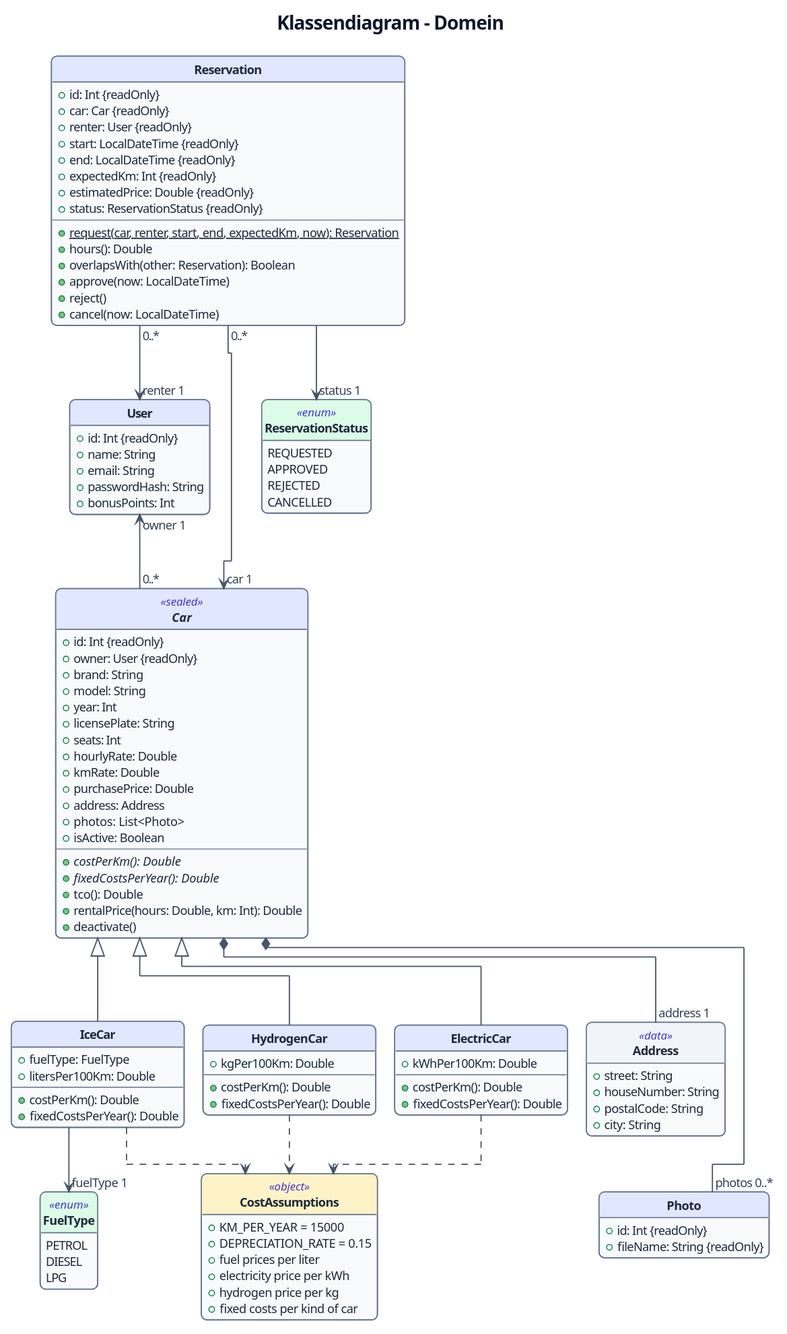
Earlier version of the PlantUML export docs/images/domain-class-diagram.svg (ThimoHarte/RentMyCar).
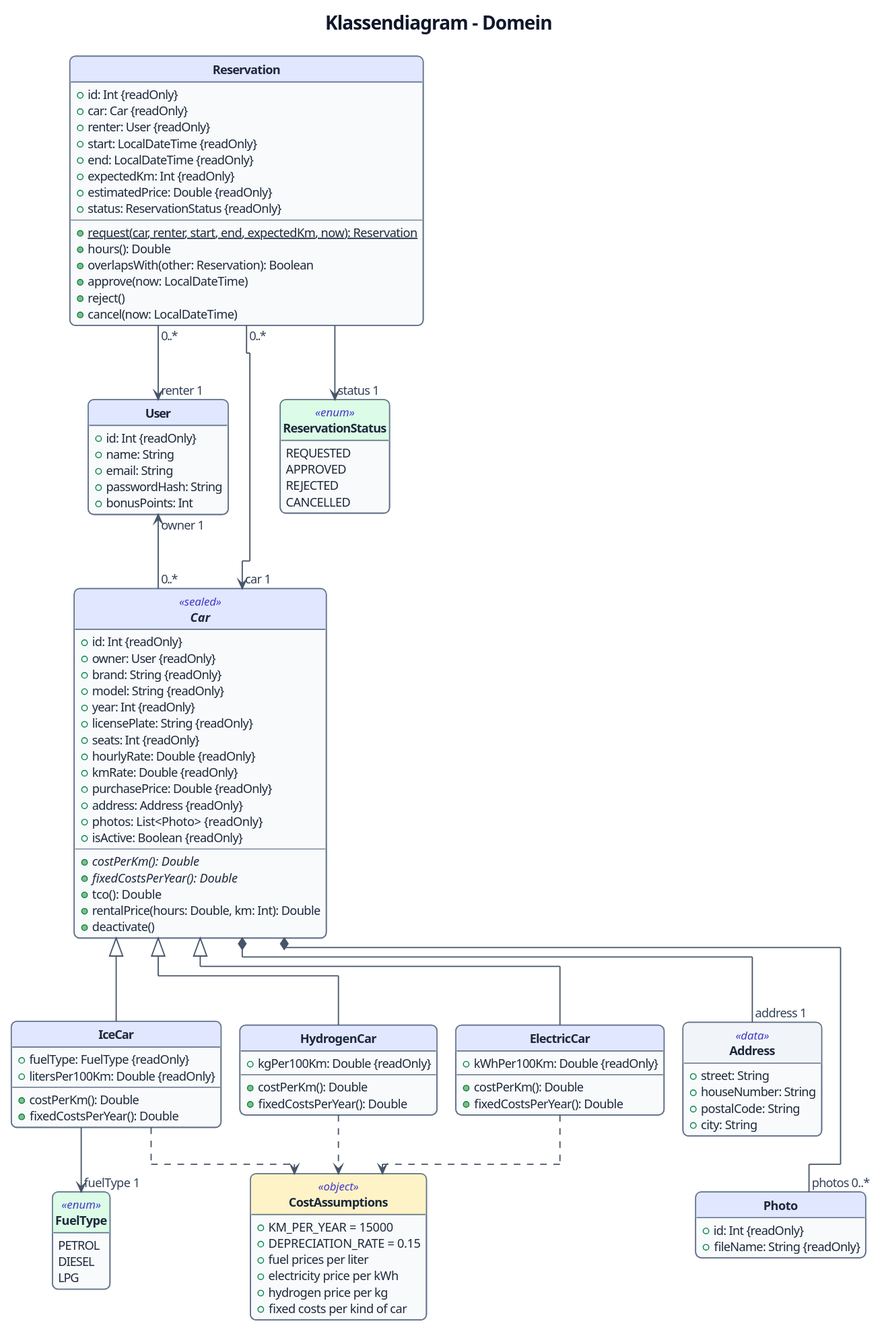
The same diagram one commit later.

The edit, as a diff of the source:
```diff
@@ -45,17 +45,17 @@
 abstract class Car <<sealed>> {
   + id: Int {readOnly}
   + owner: User {readOnly}
-  + brand: String
-  + model: String
-  + year: Int
-  + licensePlate: String
-  + seats: Int
-  + hourlyRate: Double
-  + kmRate: Double
-  + purchasePrice: Double
-  + address: Address
-  + photos: List<Photo>
-  + isActive: Boolean
+  + brand: String {readOnly}
+  + model: String {readOnly}
+  + year: Int {readOnly}
+  + licensePlate: String {readOnly}
+  + seats: Int {readOnly}
+  + hourlyRate: Double {readOnly}
+  + kmRate: Double {readOnly}
+  + purchasePrice: Double {readOnly}
+  + address: Address {readOnly}
+  + photos: List<Photo> {readOnly}
+  + isActive: Boolean {readOnly}
   --
   + {abstract} costPerKm(): Double
   + {abstract} fixedCostsPerYear(): Double
@@ -77,22 +77,22 @@
 }
 
 class IceCar {
-  + fuelType: FuelType
-  + litersPer100Km: Double
+  + fuelType: FuelType {readOnly}
+  + litersPer100Km: Double {readOnly}
   --
   + costPerKm(): Double
   + fixedCostsPerYear(): Double
 }
 
 class ElectricCar {
-  + kWhPer100Km: Double
+  + kWhPer100Km: Double {readOnly}
   --
   + costPerKm(): Double
   + fixedCostsPerYear(): Double
 }
 
 class HydrogenCar {
-  + kgPer100Km: Double
+  + kgPer100Km: Double {readOnly}
   --
   + costPerKm(): Double
   + fixedCostsPerYear(): Double
```
